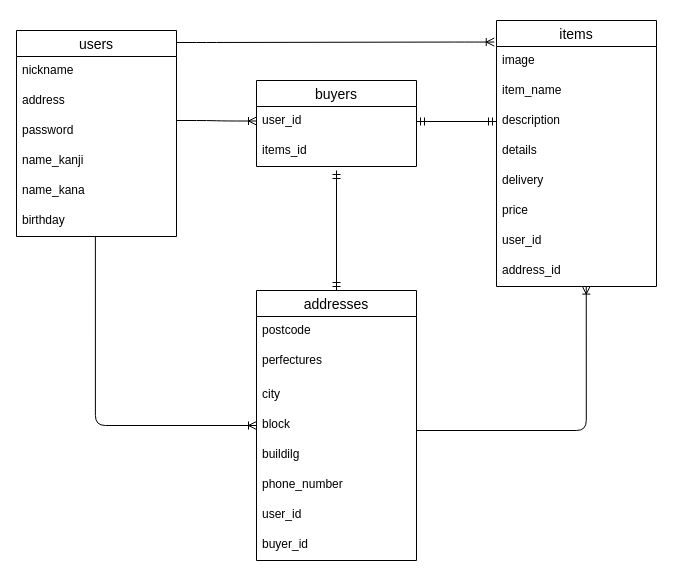
Before: test.dio in asakobear11/furima-39299, a draw.io diagram. Source tidied: cells renumbered, new cells numbered last; positions are measured from the earlier drawing's top-left corner, leaving out a move shared by most shapes. Both pictures are drawn from the tidied source at 100%, with x=0, y=0 at pixel (16, 20).
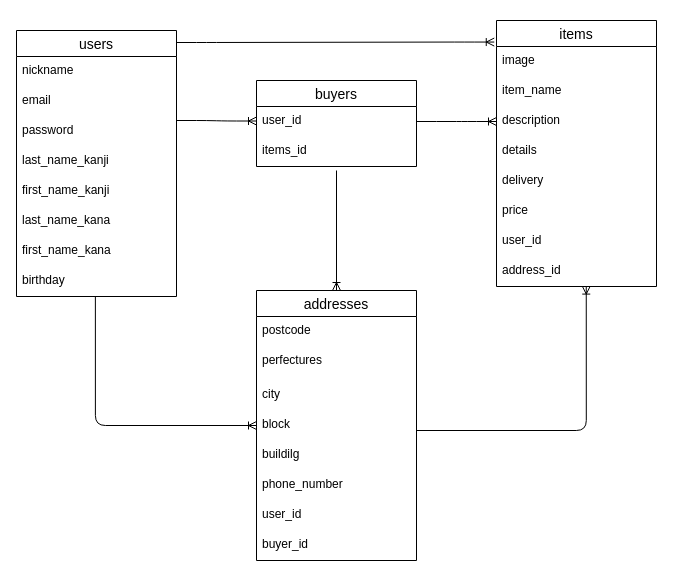
The same page after the edit.

The change refers to these unchanged cells:
```xml
<mxCell id="10" value="user_id" style="text;strokeColor=none;fillColor=none;spacingLeft=4;spacingRight=4;overflow=hidden;points=[[0,0.5],[1,0.5]];portConstraint=eastwest;fontSize=12;" parent="9" vertex="1">
  <mxGeometry y="26" width="160" height="30" as="geometry" />
</mxCell>
<mxCell id="15" value="description" style="text;strokeColor=none;fillColor=none;spacingLeft=4;spacingRight=4;overflow=hidden;points=[[0,0.5],[1,0.5]];portConstraint=eastwest;fontSize=12;" parent="12" vertex="1">
  <mxGeometry y="86" width="160" height="30" as="geometry" />
</mxCell>
<mxCell id="21" value="addresses" style="swimlane;fontStyle=0;horizontal=1;startSize=26;align=center;fontSize=14;" parent="1" vertex="1">
  <mxGeometry x="240" y="270" width="160" height="270" as="geometry" />
</mxCell>
```

Diff of the diagram source:
```diff
@@
     <mxCell id="2" value="users" style="swimlane;fontStyle=0;horizontal=1;startSize=26;align=center;fontSize=14;" parent="1" vertex="1">
-      <mxGeometry y="10" width="160" height="206" as="geometry" />
+      <mxGeometry y="10" width="160" height="266" as="geometry" />
     </mxCell>
@@
-    <mxCell id="4" value="address" style="text;strokeColor=none;fillColor=none;spacingLeft=4;spacingRight=4;overflow=hidden;fontSize=12;" parent="2" vertex="1">
+    <mxCell id="4" value="email" style="text;strokeColor=none;fillColor=none;spacingLeft=4;spacingRight=4;overflow=hidden;fontSize=12;" parent="2" vertex="1">
       <mxGeometry y="56" width="160" height="30" as="geometry" />
     </mxCell>
@@
-    <mxCell id="6" value="name_kanji" style="text;strokeColor=none;fillColor=none;spacingLeft=4;spacingRight=4;overflow=hidden;fontSize=12;" parent="2" vertex="1">
+    <mxCell id="6" value="last_name_kanji" style="text;strokeColor=none;fillColor=none;spacingLeft=4;spacingRight=4;overflow=hidden;fontSize=12;" parent="2" vertex="1">
       <mxGeometry y="116" width="160" height="30" as="geometry" />
     </mxCell>
+    <mxCell id="37" value="first_name_kanji" style="text;strokeColor=none;fillColor=none;spacingLeft=4;spacingRight=4;overflow=hidden;fontSize=12;" parent="2" vertex="1">
+      <mxGeometry y="146" width="160" height="30" as="geometry" />
+    </mxCell>
+    <mxCell id="38" value="last_name_kana" style="text;strokeColor=none;fillColor=none;spacingLeft=4;spacingRight=4;overflow=hidden;fontSize=12;" parent="2" vertex="1">
+      <mxGeometry y="176" width="160" height="30" as="geometry" />
+    </mxCell>
-    <mxCell id="7" value="name_kana" style="text;strokeColor=none;fillColor=none;spacingLeft=4;spacingRight=4;overflow=hidden;fontSize=12;" parent="2" vertex="1">
-      <mxGeometry y="146" width="160" height="30" as="geometry" />
+    <mxCell id="7" value="first_name_kana" style="text;strokeColor=none;fillColor=none;spacingLeft=4;spacingRight=4;overflow=hidden;fontSize=12;" parent="2" vertex="1">
+      <mxGeometry y="206" width="160" height="30" as="geometry" />
     </mxCell>
     <mxCell id="8" value="birthday" style="text;strokeColor=none;fillColor=none;spacingLeft=4;spacingRight=4;overflow=hidden;points=[[0,0.5],[1,0.5]];portConstraint=eastwest;fontSize=12;" parent="2" vertex="1">
-      <mxGeometry y="176" width="160" height="30" as="geometry" />
+      <mxGeometry y="236" width="160" height="30" as="geometry" />
     </mxCell>
@@
-    <mxCell id="33" style="fontSize=12;html=1;endArrow=ERmandOne;startArrow=ERmandOne;exitX=1;exitY=0.5;exitDx=0;exitDy=0;entryX=0;entryY=0.5;entryDx=0;entryDy=0;" parent="1" edge="1" source="10" target="15">
-      <mxGeometry relative="1" as="geometry" />
-    </mxCell>
@@
-    <mxCell id="36" style="fontSize=12;html=1;endArrow=ERmandOne;startArrow=ERmandOne;exitX=0.5;exitY=0;exitDx=0;exitDy=0;" parent="1" edge="1" source="21">
-      <mxGeometry relative="1" as="geometry">
-        <mxPoint x="320" y="150" as="targetPoint" />
-      </mxGeometry>
-    </mxCell>
+    <mxCell id="33" style="edgeStyle=entityRelationEdgeStyle;fontSize=12;html=1;endArrow=ERoneToMany;entryX=0;entryY=0.5;entryDx=0;entryDy=0;exitX=1;exitY=0.5;exitDx=0;exitDy=0;" parent="1" edge="1" source="10" target="15">
+      <mxGeometry relative="1" as="geometry" />
+    </mxCell>
+    <mxCell id="39" style="fontSize=12;html=1;endArrow=ERoneToMany;entryX=0.5;entryY=0;entryDx=0;entryDy=0;" parent="1" edge="1" target="21">
+      <mxGeometry relative="1" as="geometry">
+        <mxPoint x="320" y="150" as="sourcePoint" />
+      </mxGeometry>
+    </mxCell>
```
